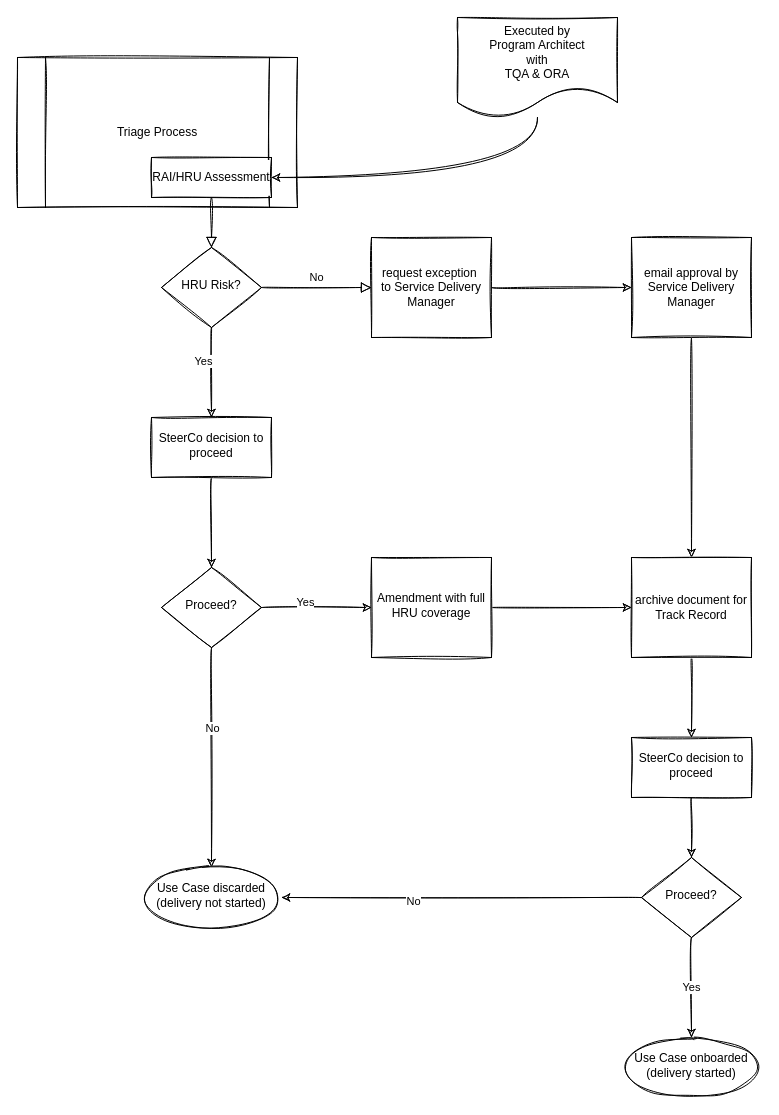
Above: page "Page-1" (1 of 2) of HRU Process.drawio in sebastiano-fuccio/ABB-Partership (draw.io), before the change. Source tidied: cells renumbered, new cells numbered last; positions are measured from the earlier drawing's top-left corner, leaving out a move shared by most shapes. Both pictures are drawn from the tidied source at 100%, with x=0, y=0 at pixel (17, 17).
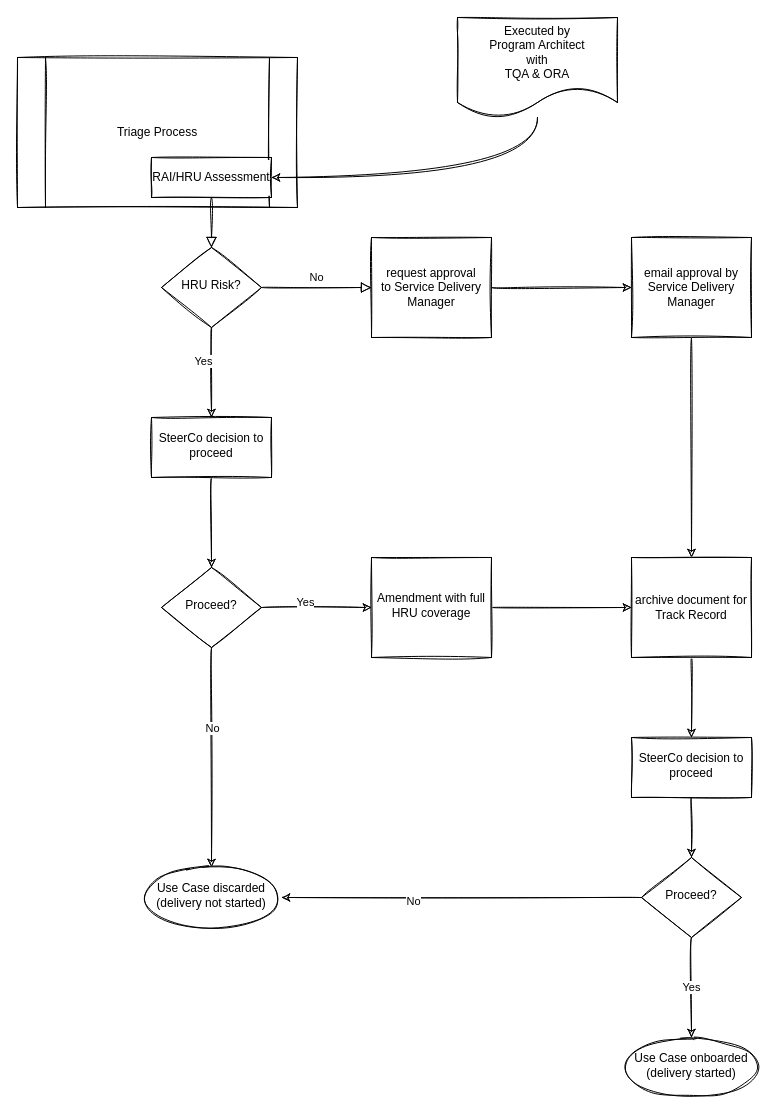
The same page after the edit.

Change to the diagram source:
```diff
@@
-    <mxCell id="11" value="request exception&amp;nbsp;&lt;br&gt;to Service Delivery Manager" style="rounded=0;whiteSpace=wrap;html=1;fontSize=12;glass=0;strokeWidth=1;shadow=0;sketch=1;" parent="1" vertex="1">
+    <mxCell id="11" value="request approval&lt;br&gt;to Service Delivery Manager" style="rounded=0;whiteSpace=wrap;html=1;fontSize=12;glass=0;strokeWidth=1;shadow=0;sketch=1;" parent="1" vertex="1">
       <mxGeometry x="354" y="220" width="120" height="100" as="geometry" />
     </mxCell>
```
